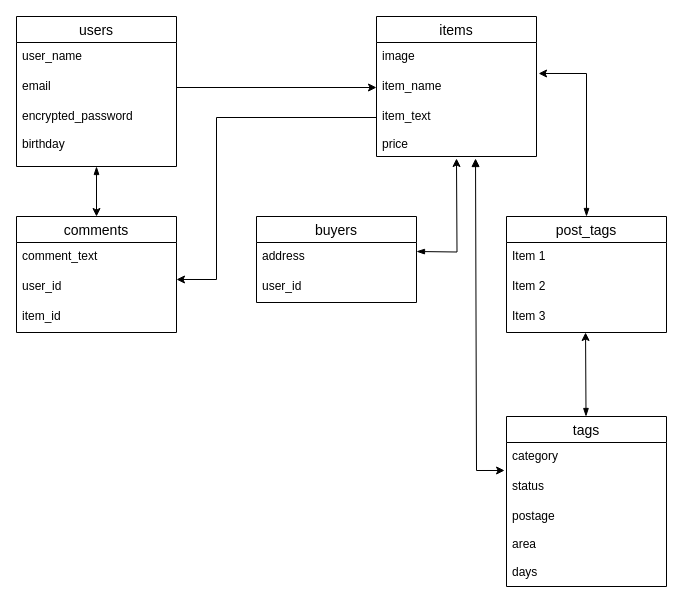
Before: ER.dio in iwamottyan/furima-35510, a draw.io diagram. Source tidied: cells renumbered, new cells numbered last; positions are measured from the earlier drawing's top-left corner, leaving out a move shared by most shapes. Both pictures are drawn from the tidied source at 100%, with x=0, y=0 at pixel (16, 16).
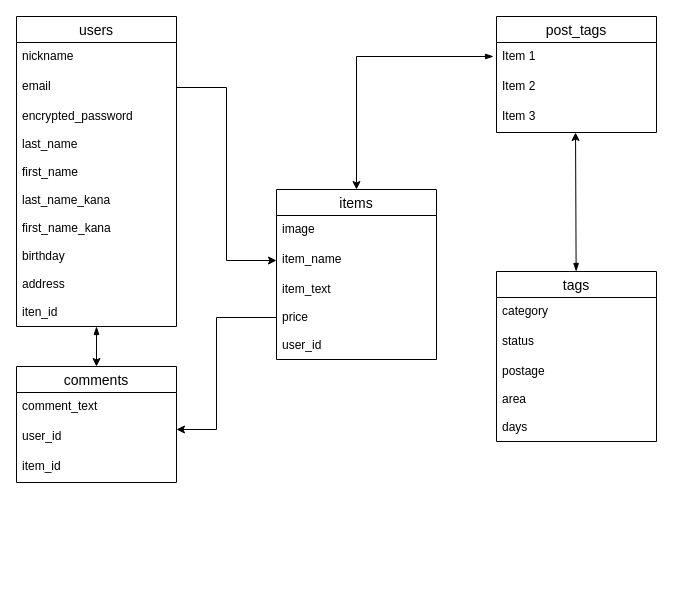
Above is the later version.

Commit message (it also covers changes not shown here):
データベース設計再提出３

Unchanged cells that the change refers to:
```xml
<mxCell id="10" value="item_name" style="text;strokeColor=none;fillColor=none;spacingLeft=4;spacingRight=4;overflow=hidden;points=[[0,0.5],[1,0.5]];portConstraint=eastwest;fontSize=12;" parent="8" vertex="1">
  <mxGeometry y="56" width="160" height="30" as="geometry" />
</mxCell>
<mxCell id="14" value="user_id" style="text;strokeColor=none;fillColor=none;spacingLeft=4;spacingRight=4;overflow=hidden;points=[[0,0.5],[1,0.5]];portConstraint=eastwest;fontSize=12;" parent="12" vertex="1">
  <mxGeometry y="56" width="160" height="30" as="geometry" />
</mxCell>
<mxCell id="29" value="status" style="text;strokeColor=none;fillColor=none;spacingLeft=4;spacingRight=4;overflow=hidden;points=[[0,0.5],[1,0.5]];portConstraint=eastwest;fontSize=12;" parent="27" vertex="1">
  <mxGeometry y="56" width="160" height="30" as="geometry" />
</mxCell>
```

Diff of the diagram source:
```diff
@@
-    <mxCell id="2" style="edgeStyle=none;rounded=0;jettySize=auto;html=1;entryX=0.5;entryY=0;entryDx=0;entryDy=0;startArrow=blockThin;startFill=1;" parent="1" edge="1" source="3" target="12">
+    <mxCell id="2" style="edgeStyle=none;rounded=0;jettySize=auto;html=1;entryX=0.5;entryY=0;entryDx=0;entryDy=0;startArrow=blockThin;startFill=1;exitX=0.5;exitY=1;exitDx=0;exitDy=0;exitPerimeter=0;" parent="1" edge="1" source="6" target="12">
       <mxGeometry relative="1" as="geometry" />
     </mxCell>
     <mxCell id="3" value="users" style="swimlane;fontStyle=0;horizontal=1;startSize=26;align=center;fontSize=14;" parent="1" vertex="1">
-      <mxGeometry width="160" height="150" as="geometry" />
+      <mxGeometry width="160" height="310" as="geometry" />
     </mxCell>
-    <mxCell id="4" value="user_name" style="text;strokeColor=none;fillColor=none;spacingLeft=4;spacingRight=4;overflow=hidden;fontSize=12;" parent="3" vertex="1">
+    <mxCell id="4" value="nickname" style="text;strokeColor=none;fillColor=none;spacingLeft=4;spacingRight=4;overflow=hidden;fontSize=12;" parent="3" vertex="1">
       <mxGeometry y="26" width="160" height="30" as="geometry" />
     </mxCell>
@@
-    <mxCell id="6" value="encrypted_password&#10;&#10;birthday" style="text;strokeColor=none;fillColor=none;spacingLeft=4;spacingRight=4;overflow=hidden;points=[[0,0.5],[1,0.5]];portConstraint=eastwest;fontSize=12;" parent="3" vertex="1">
-      <mxGeometry y="86" width="160" height="64" as="geometry" />
+    <mxCell id="6" value="encrypted_password&#10;&#10;last_name&#10;&#10;first_name&#10;&#10;last_name_kana&#10;&#10;first_name_kana&#10;&#10;birthday&#10;&#10;address&#10;&#10;iten_id" style="text;strokeColor=none;fillColor=none;spacingLeft=4;spacingRight=4;overflow=hidden;points=[[0,0.5],[1,0.5]];portConstraint=eastwest;fontSize=12;" parent="3" vertex="1">
+      <mxGeometry y="86" width="160" height="224" as="geometry" />
     </mxCell>
-    <mxCell id="7" style="edgeStyle=none;rounded=0;jettySize=auto;html=1;startArrow=block;startFill=1;entryX=-0.012;entryY=-0.067;entryDx=0;entryDy=0;entryPerimeter=0;exitX=0.619;exitY=1.037;exitDx=0;exitDy=0;exitPerimeter=0;" parent="1" edge="1" source="11" target="29">
-      <mxGeometry relative="1" as="geometry">
-        <Array as="points">
-          <mxPoint x="460" y="454" />
-        </Array>
-      </mxGeometry>
-    </mxCell>
     <mxCell id="8" value="items" style="swimlane;fontStyle=0;horizontal=1;startSize=26;align=center;fontSize=14;" parent="1" vertex="1">
-      <mxGeometry x="360" width="160" height="140" as="geometry" />
+      <mxGeometry x="260" y="173" width="160" height="170" as="geometry" />
     </mxCell>
@@
-    <mxCell id="11" value="item_text&#10;&#10;price" style="text;strokeColor=none;fillColor=none;spacingLeft=4;spacingRight=4;overflow=hidden;points=[[0,0.5],[1,0.5]];portConstraint=eastwest;fontSize=12;" parent="8" vertex="1">
-      <mxGeometry y="86" width="160" height="54" as="geometry" />
+    <mxCell id="11" value="item_text&#10;&#10;price&#10;&#10;user_id" style="text;strokeColor=none;fillColor=none;spacingLeft=4;spacingRight=4;overflow=hidden;points=[[0,0.5],[1,0.5]];portConstraint=eastwest;fontSize=12;" parent="8" vertex="1">
+      <mxGeometry y="86" width="160" height="84" as="geometry" />
     </mxCell>
     <mxCell id="12" value="comments" style="swimlane;fontStyle=0;horizontal=1;startSize=26;align=center;fontSize=14;" parent="1" vertex="1">
-      <mxGeometry y="200" width="160" height="116" as="geometry" />
+      <mxGeometry y="350" width="160" height="116" as="geometry" />
     </mxCell>
@@
-    <mxCell id="16" style="edgeStyle=none;rounded=0;jettySize=auto;html=1;startArrow=blockThin;startFill=1;entryX=1.013;entryY=0.033;entryDx=0;entryDy=0;entryPerimeter=0;" parent="1" edge="1" source="17" target="10">
+    <mxCell id="16" style="edgeStyle=none;rounded=0;jettySize=auto;html=1;startArrow=blockThin;startFill=1;entryX=0.5;entryY=0;entryDx=0;entryDy=0;" parent="1" edge="1" target="8">
       <mxGeometry relative="1" as="geometry">
+        <mxPoint x="477" y="40" as="sourcePoint" />
         <Array as="points">
-          <mxPoint x="570" y="57" />
+          <mxPoint x="340" y="40" />
         </Array>
       </mxGeometry>
     </mxCell>
     <mxCell id="17" value="post_tags" style="swimlane;fontStyle=0;horizontal=1;startSize=26;align=center;fontSize=14;" parent="1" vertex="1">
-      <mxGeometry x="490" y="200" width="160" height="116" as="geometry" />
+      <mxGeometry x="480" width="160" height="116" as="geometry" />
     </mxCell>
@@
-    <mxCell id="21" style="edgeStyle=orthogonalEdgeStyle;orthogonalLoop=1;jettySize=auto;html=1;rounded=0;startArrow=blockThin;startFill=1;" parent="1" edge="1">
-      <mxGeometry relative="1" as="geometry">
-        <mxPoint x="400" y="235" as="sourcePoint" />
-        <mxPoint x="440" y="142" as="targetPoint" />
-      </mxGeometry>
-    </mxCell>
-    <mxCell id="22" value="buyers" style="swimlane;fontStyle=0;horizontal=1;startSize=26;align=center;fontSize=14;" parent="1" vertex="1">
-      <mxGeometry x="240" y="200" width="160" height="86" as="geometry" />
-    </mxCell>
-    <mxCell id="23" value="address" style="text;strokeColor=none;fillColor=none;spacingLeft=4;spacingRight=4;overflow=hidden;fontSize=12;" parent="22" vertex="1">
-      <mxGeometry y="26" width="160" height="30" as="geometry" />
-    </mxCell>
-    <mxCell id="24" value="user_id" style="text;strokeColor=none;fillColor=none;spacingLeft=4;spacingRight=4;overflow=hidden;fontSize=12;" parent="22" vertex="1">
-      <mxGeometry y="56" width="160" height="30" as="geometry" />
-    </mxCell>
@@
     <mxCell id="27" value="tags" style="swimlane;fontStyle=0;horizontal=1;startSize=26;align=center;fontSize=14;" parent="1" vertex="1">
-      <mxGeometry x="490" y="400" width="160" height="170" as="geometry" />
+      <mxGeometry x="480" y="255" width="160" height="170" as="geometry" />
     </mxCell>
@@
     <mxCell id="31" style="edgeStyle=orthogonalEdgeStyle;rounded=0;jettySize=auto;html=1;exitX=0;exitY=0.5;exitDx=0;exitDy=0;entryX=1;entryY=0.233;entryDx=0;entryDy=0;entryPerimeter=0;" parent="1" edge="1" source="11" target="14">
       <mxGeometry relative="1" as="geometry">
         <Array as="points">
-          <mxPoint x="200" y="101" />
-          <mxPoint x="200" y="263" />
+          <mxPoint x="200" y="301" />
+          <mxPoint x="200" y="413" />
         </Array>
       </mxGeometry>
     </mxCell>
```
